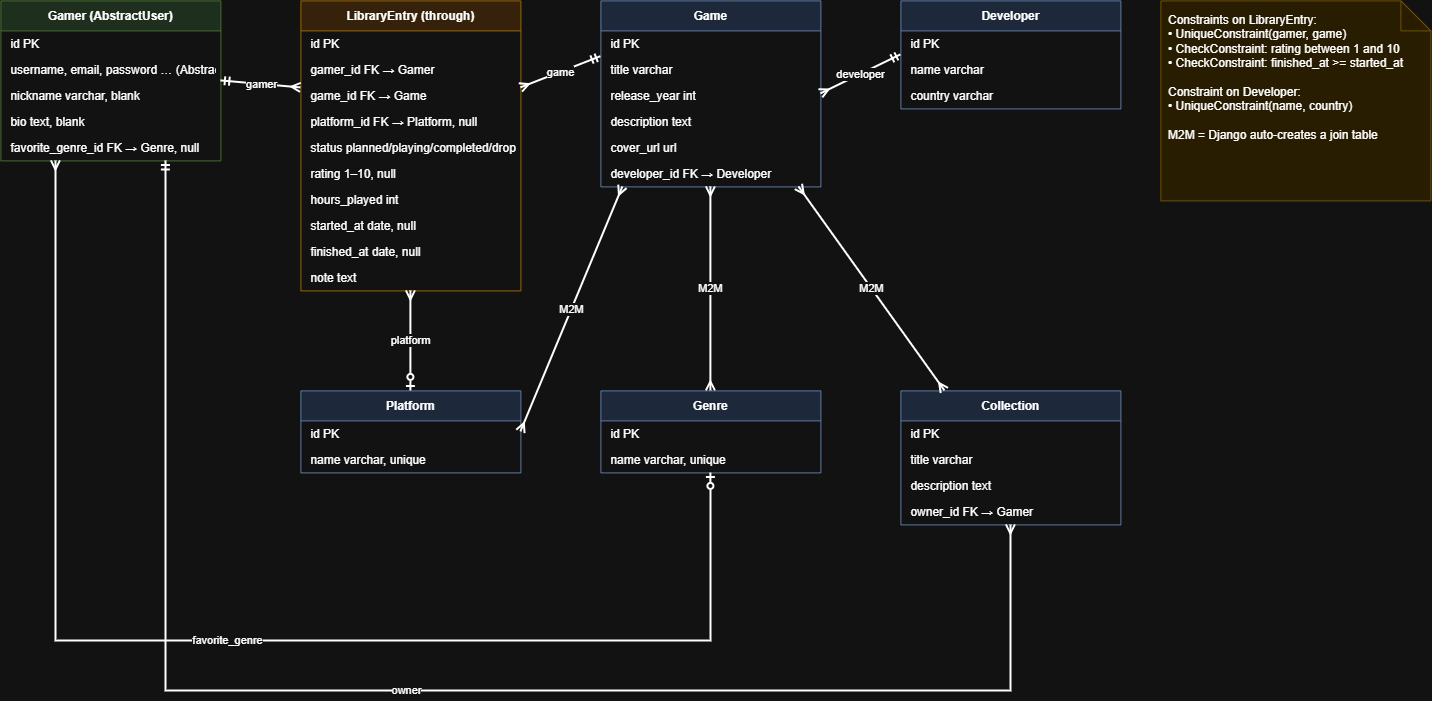
Before: docs/backlog_vault_db.png, a diagram exported from draw.io (CemXokenc/backlog_vault). Source tidied: cells renumbered, new cells last; positions are measured from the earlier drawing's top-left corner, leaving out a move shared by most shapes.
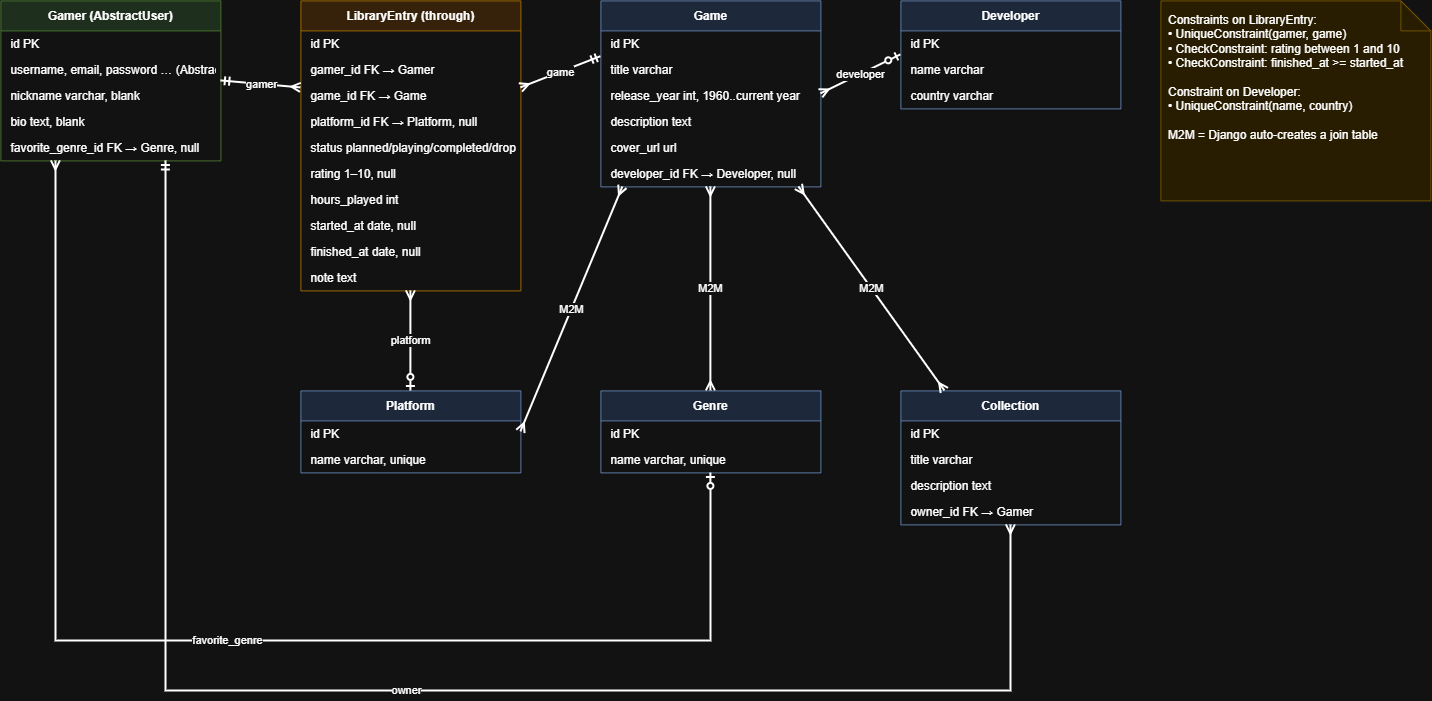
The same file after the commit.

Commit message:
update db diagram with Game fields

The edit, as a diff of the source:
```diff
@@ -62,7 +62,7 @@
     <mxCell id="21" value="title  varchar" style="text;strokeColor=none;fillColor=none;align=left;verticalAlign=middle;spacingLeft=8;spacingRight=4;overflow=hidden;fontSize=12;" parent="19" vertex="1">
       <mxGeometry y="56" width="220" height="26" as="geometry" />
     </mxCell>
-    <mxCell id="22" value="release_year  int" style="text;strokeColor=none;fillColor=none;align=left;verticalAlign=middle;spacingLeft=8;spacingRight=4;overflow=hidden;fontSize=12;" parent="19" vertex="1">
+    <mxCell id="22" value="release_year  int, 1960..current year" style="text;strokeColor=none;fillColor=none;align=left;verticalAlign=middle;spacingLeft=8;spacingRight=4;overflow=hidden;fontSize=12;" parent="19" vertex="1">
       <mxGeometry y="82" width="220" height="26" as="geometry" />
     </mxCell>
     <mxCell id="23" value="description  text" style="text;strokeColor=none;fillColor=none;align=left;verticalAlign=middle;spacingLeft=8;spacingRight=4;overflow=hidden;fontSize=12;" parent="19" vertex="1">
@@ -71,7 +71,7 @@
     <mxCell id="24" value="cover_url  url" style="text;strokeColor=none;fillColor=none;align=left;verticalAlign=middle;spacingLeft=8;spacingRight=4;overflow=hidden;fontSize=12;" parent="19" vertex="1">
       <mxGeometry y="134" width="220" height="26" as="geometry" />
     </mxCell>
-    <mxCell id="25" value="developer_id  FK → Developer" style="text;strokeColor=none;fillColor=none;align=left;verticalAlign=middle;spacingLeft=8;spacingRight=4;overflow=hidden;fontSize=12;" parent="19" vertex="1">
+    <mxCell id="25" value="developer_id  FK → Developer, null" style="text;strokeColor=none;fillColor=none;align=left;verticalAlign=middle;spacingLeft=8;spacingRight=4;overflow=hidden;fontSize=12;" parent="19" vertex="1">
       <mxGeometry y="160" width="220" height="26" as="geometry" />
     </mxCell>
     <mxCell id="26" value="Developer" style="swimlane;fontStyle=1;horizontal=1;startSize=30;fillColor=#dae8fc;strokeColor=#6c8ebf;" parent="1" vertex="1">
@@ -125,7 +125,7 @@
     <mxCell id="42" value="game" style="html=1;rounded=0;startArrow=ERmany;endArrow=ERmandOne;startFill=0;endFill=0;strokeWidth=2;exitX=1;exitY=0.3;entryX=0;entryY=0.3;" parent="1" edge="1" source="8" target="19">
       <mxGeometry relative="1" as="geometry" />
     </mxCell>
-    <mxCell id="43" value="developer" style="html=1;rounded=0;startArrow=ERmany;endArrow=ERmandOne;startFill=0;endFill=0;strokeWidth=2;exitX=1;exitY=0.5;entryX=0;entryY=0.5;" parent="1" edge="1" source="19" target="26">
+    <mxCell id="43" value="developer" style="html=1;rounded=0;startArrow=ERmany;endArrow=ERzeroToOne;startFill=0;endFill=0;strokeWidth=2;exitX=1;exitY=0.5;entryX=0;entryY=0.5;" parent="1" edge="1" source="19" target="26">
       <mxGeometry relative="1" as="geometry" />
     </mxCell>
     <mxCell id="44" value="platform" style="html=1;rounded=0;startArrow=ERmany;endArrow=ERzeroToOne;startFill=0;endFill=0;strokeWidth=2;exitX=0.5;exitY=1;entryX=0.5;entryY=0;" parent="1" edge="1" source="8" target="30">
```
